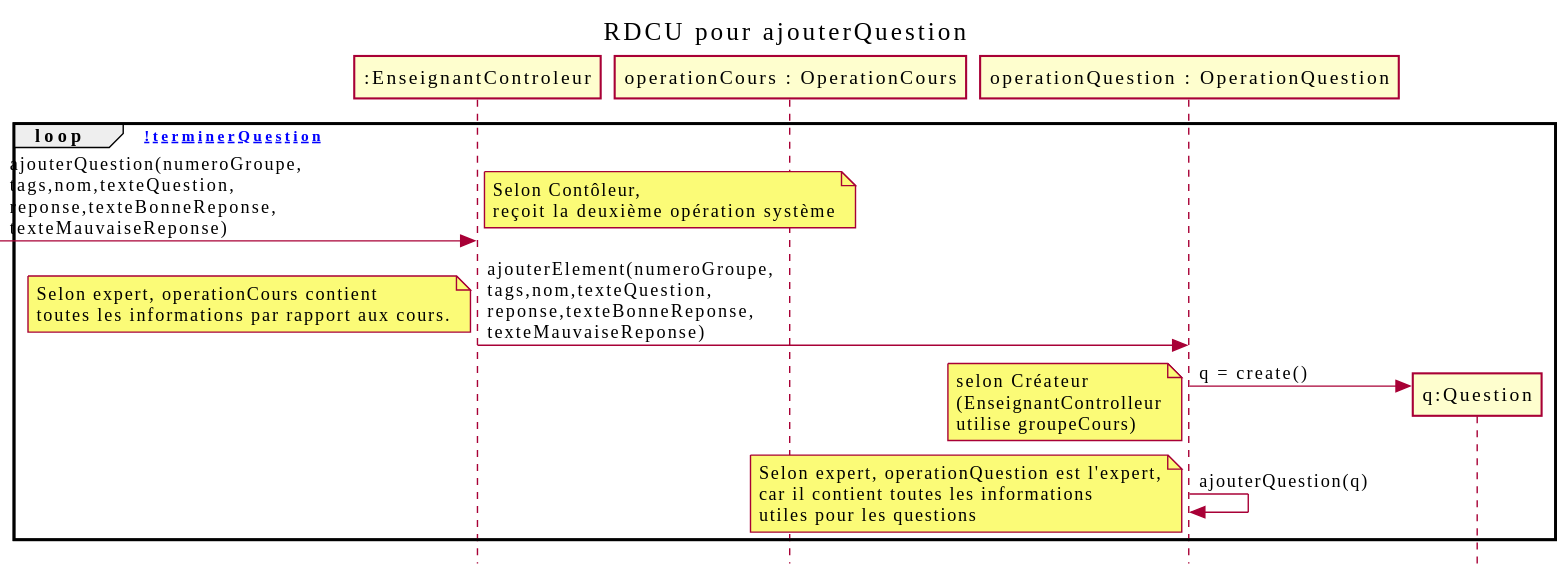
Earlier version of the PlantUML export out/docs/Ajouter question/RDCU_Ajouter_Question/ajouterQuestionFinal.svg (nerdz88/SGA-TS). The source it was exported from:
```plantuml
@startuml
skinparam style strictuml
skinparam defaultfontname Verdana
title RDCU pour ajouterQuestion
participant ":EnseignantControleur" as sga
participant "operationCours : OperationCours" as opCours
participant "operationQuestion : OperationQuestion" as opQuestion
participant "q:Question" as question
loop [!terminerQuestion]
-> sga : ajouterQuestion(numeroGroupe,\ntags,nom,texteQuestion,\nreponse,texteBonneReponse,\ntexteMauvaiseReponse)
 note left : Selon Contôleur,\nreçoit la deuxième opération système
  sga->opQuestion : ajouterElement(numeroGroupe,\ntags,nom,texteQuestion,\nreponse,texteBonneReponse,\ntexteMauvaiseReponse)
  note left :Selon expert, operationCours contient\ntoutes les informations par rapport aux cours.
  create question
  opQuestion->question : q = create()
  note left : selon Créateur\n(EnseignantControlleur\nutilise groupeCours)
  opQuestion->opQuestion : ajouterQuestion(q)
  note left : Selon expert, operationQuestion est l'expert,\ncar il contient toutes les informations\nutiles pour les questions
end
@enduml
```
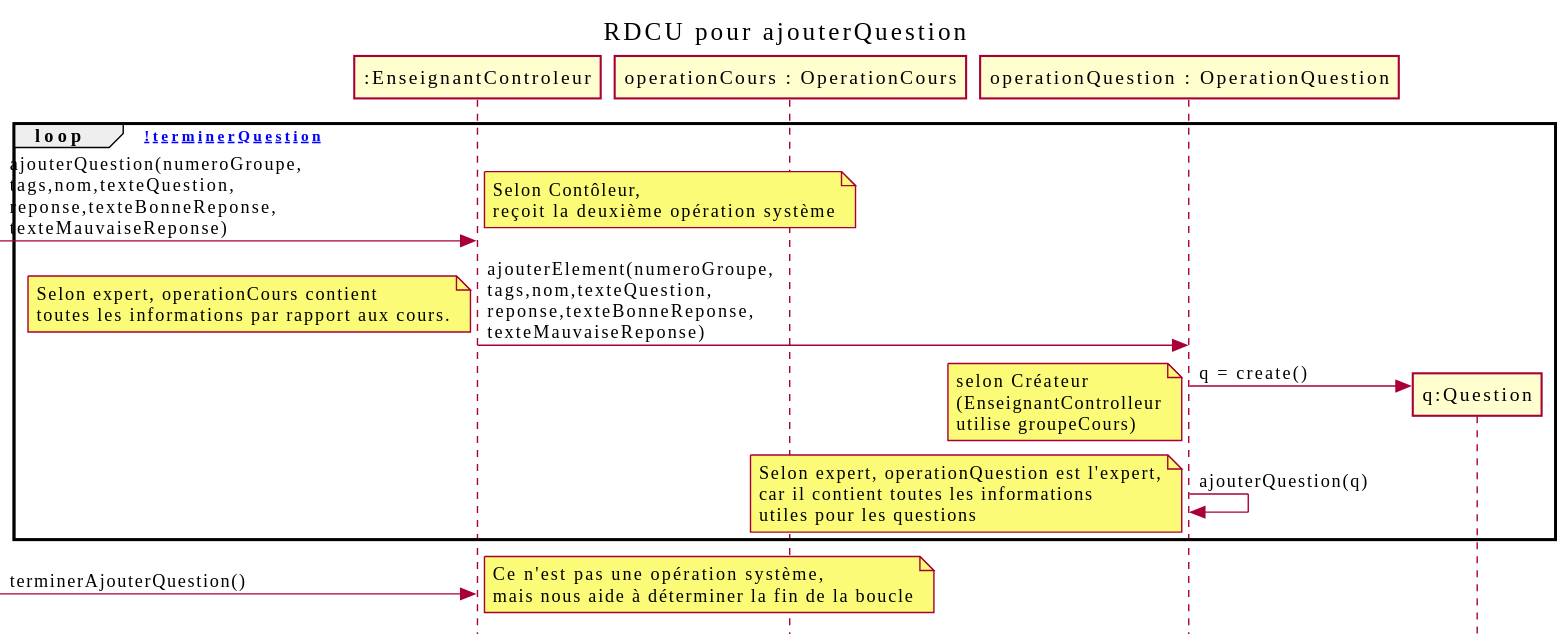
Later version of the same file.

What changed in the source:
```diff
@@ -17,4 +17,6 @@
   opQuestion->opQuestion : ajouterQuestion(q)
   note left : Selon expert, operationQuestion est l'expert,\ncar il contient toutes les informations\nutiles pour les questions
 end
+-> sga : terminerAjouterQuestion()
+note left : Ce n'est pas une opération système, \nmais nous aide à déterminer la fin de la boucle
 @enduml
```
